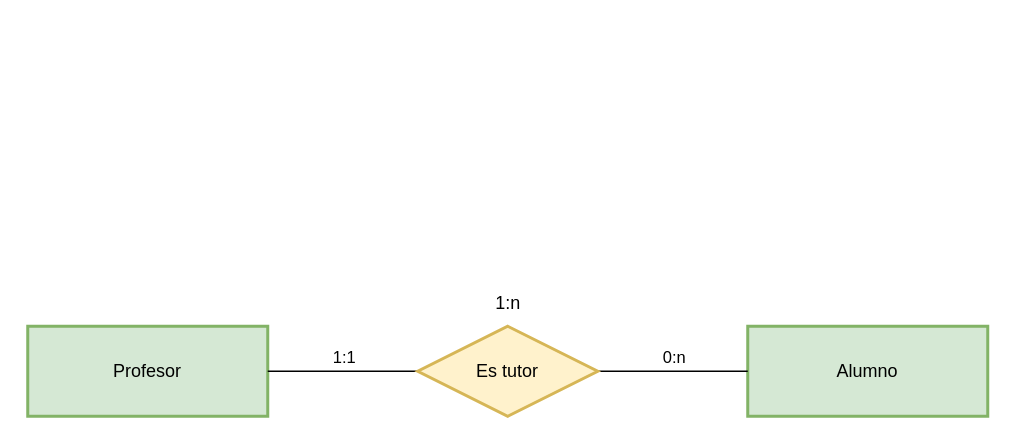
Above: page "Ej2" (2 of 9) of Tareas/Tarea2/Ejercicio1.drawio in JuanManuelMM/Base-Datos (draw.io), before the change. Source tidied: cells renumbered, new cells numbered last; positions are measured from the earlier drawing's top-left corner, leaving out a move shared by most shapes. Both pictures are drawn from the tidied source at 150%, with x=0, y=0 at pixel (27, 280).
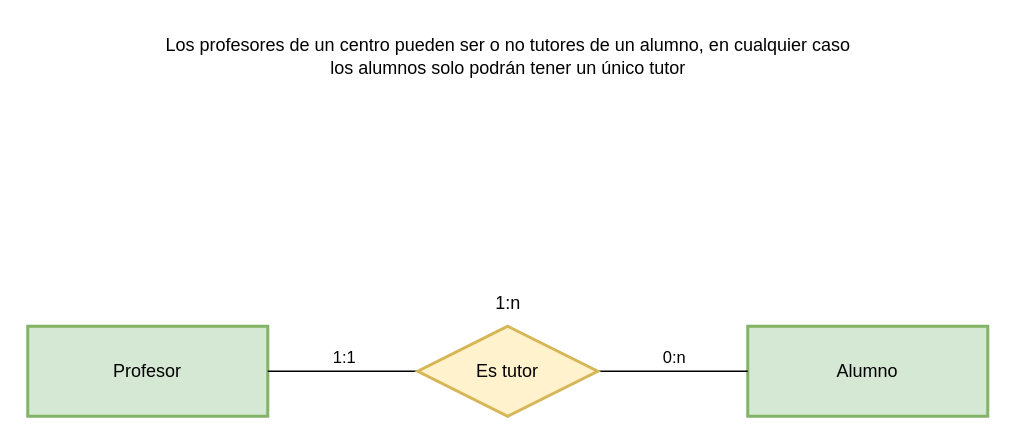
After the change.

Change to the diagram source:
```diff
@@
 <mxGraphModel>
   <root>
     <mxCell id="0" />
     <mxCell id="1" parent="0" />
     <mxCell id="2" value="Profesor" style="rounded=0;whiteSpace=wrap;html=1;fillColor=#d5e8d4;strokeColor=#82b366;strokeWidth=2;" parent="1" vertex="1">
       <mxGeometry y="30" width="160" height="60" as="geometry" />
     </mxCell>
     <mxCell id="3" value="Alumno" style="rounded=0;whiteSpace=wrap;html=1;fillColor=#d5e8d4;strokeColor=#82b366;strokeWidth=2;" parent="1" vertex="1">
       <mxGeometry x="480" y="30" width="160" height="60" as="geometry" />
     </mxCell>
     <mxCell id="4" style="endArrow=none;html=1;rounded=0;exitX=1;exitY=0.5;exitDx=0;exitDy=0;entryX=0;entryY=0.5;entryDx=0;entryDy=0;" parent="1" edge="1" source="2" target="8">
       <mxGeometry relative="1" as="geometry" />
     </mxCell>
     <mxCell id="5" value="&lt;div&gt;1:1&lt;/div&gt;" style="edgeLabel;html=1;align=center;verticalAlign=middle;" parent="4" vertex="1">
       <mxGeometry x="-0.12" y="2" relative="1" as="geometry">
         <mxPoint x="6" y="-8" as="offset" />
       </mxGeometry>
     </mxCell>
     <mxCell id="6" style="endArrow=none;html=1;rounded=0;entryX=0;entryY=0.5;entryDx=0;entryDy=0;exitX=1;exitY=0.5;exitDx=0;exitDy=0;" parent="1" edge="1" source="8" target="3">
       <mxGeometry relative="1" as="geometry" />
     </mxCell>
     <mxCell id="7" value="0:n" style="edgeLabel;html=1;align=center;verticalAlign=middle;" parent="6" vertex="1">
       <mxGeometry x="0.19" y="1" relative="1" as="geometry">
         <mxPoint x="-10" y="-9" as="offset" />
       </mxGeometry>
     </mxCell>
     <mxCell id="8" value="Es tutor" style="shape=rhombus;perimeter=rhombusPerimeter;whiteSpace=wrap;html=1;align=center;strokeWidth=2;fillColor=#fff2cc;strokeColor=#d6b656;" parent="1" vertex="1">
       <mxGeometry x="260" y="30" width="120" height="60" as="geometry" />
     </mxCell>
     <mxCell id="9" value="1:n" style="text;html=1;align=center;verticalAlign=middle;strokeColor=none;fillColor=none;" parent="1" vertex="1">
       <mxGeometry x="300" width="40" height="30" as="geometry" />
     </mxCell>
+    <mxCell id="10" value="Los profesores de un centro pueden ser o no tutores de un alumno, en cualquier caso &lt;br&gt;los alumnos solo podrán tener un único tutor" style="text;html=1;align=center;verticalAlign=middle;strokeColor=none;fillColor=none;" parent="1" vertex="1">
+      <mxGeometry x="80" y="-170" width="480" height="40" as="geometry" />
+    </mxCell>
   </root>
 </mxGraphModel>
```
